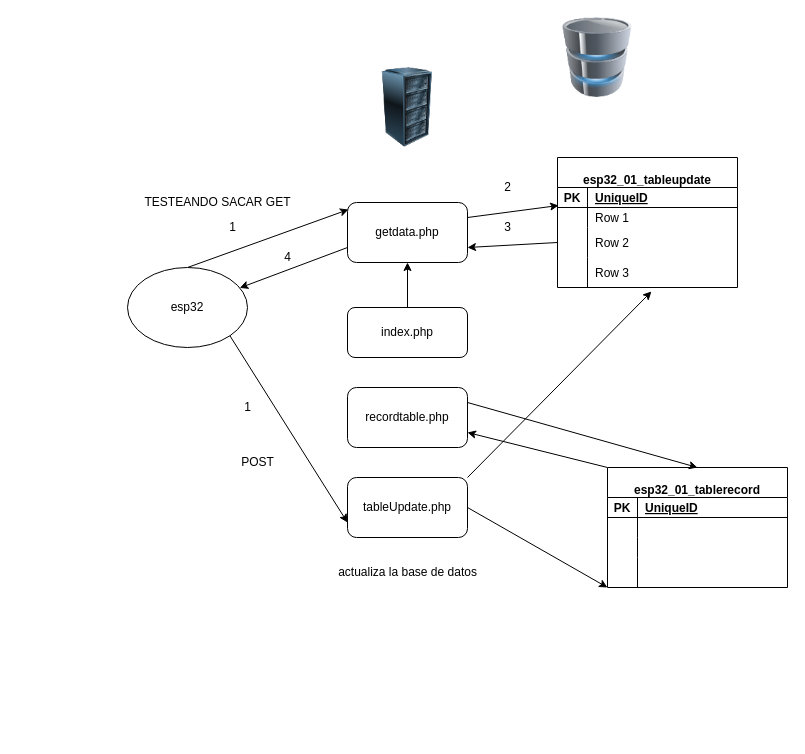
Earlier version of the draw.io diagram AAESTACIONM-MASTER-ASUBIR/draw.drawio (psiconervio/Esp32-Dashboard-Simplificado). Source tidied: cells renumbered, new cells numbered last; positions are measured from the earlier drawing's top-left corner, leaving out a move shared by most shapes. Both pictures are drawn from the tidied source at 100%, with x=0, y=0 at pixel (127, 17).
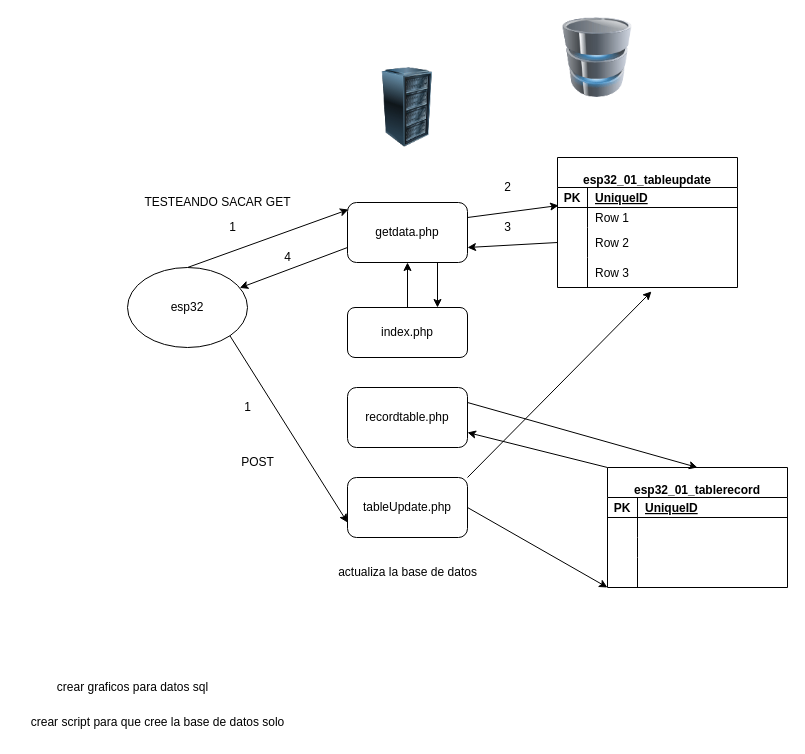
Above is the later version.

The change refers to these unchanged cells:
```xml
<mxCell id="6" value="getdata.php" style="rounded=1;whiteSpace=wrap;html=1;" parent="1" vertex="1">
  <mxGeometry x="220" y="185" width="120" height="60" as="geometry" />
</mxCell>
<mxCell id="45" value="index.php" style="rounded=1;whiteSpace=wrap;html=1;" parent="1" vertex="1">
  <mxGeometry x="220" y="290" width="120" height="50" as="geometry" />
</mxCell>
```

Diff of the diagram source:
```diff
@@
+    <mxCell id="53" style="edgeStyle=none;html=1;exitX=0.75;exitY=1;exitDx=0;exitDy=0;entryX=0.75;entryY=0;entryDx=0;entryDy=0;" parent="1" edge="1" source="6" target="45">
+      <mxGeometry relative="1" as="geometry" />
+    </mxCell>
@@
+    <mxCell id="54" value="crear script para que cree la base de datos solo" style="text;html=1;align=center;verticalAlign=middle;strokeColor=none;fillColor=none;" parent="1" vertex="1">
+      <mxGeometry x="-110" y="690" width="280" height="30" as="geometry" />
+    </mxCell>
+    <mxCell id="55" value="crear graficos para datos sql" style="text;html=1;align=center;verticalAlign=middle;strokeColor=none;fillColor=none;" parent="1" vertex="1">
+      <mxGeometry x="-80" y="655" width="170" height="30" as="geometry" />
+    </mxCell>
```
